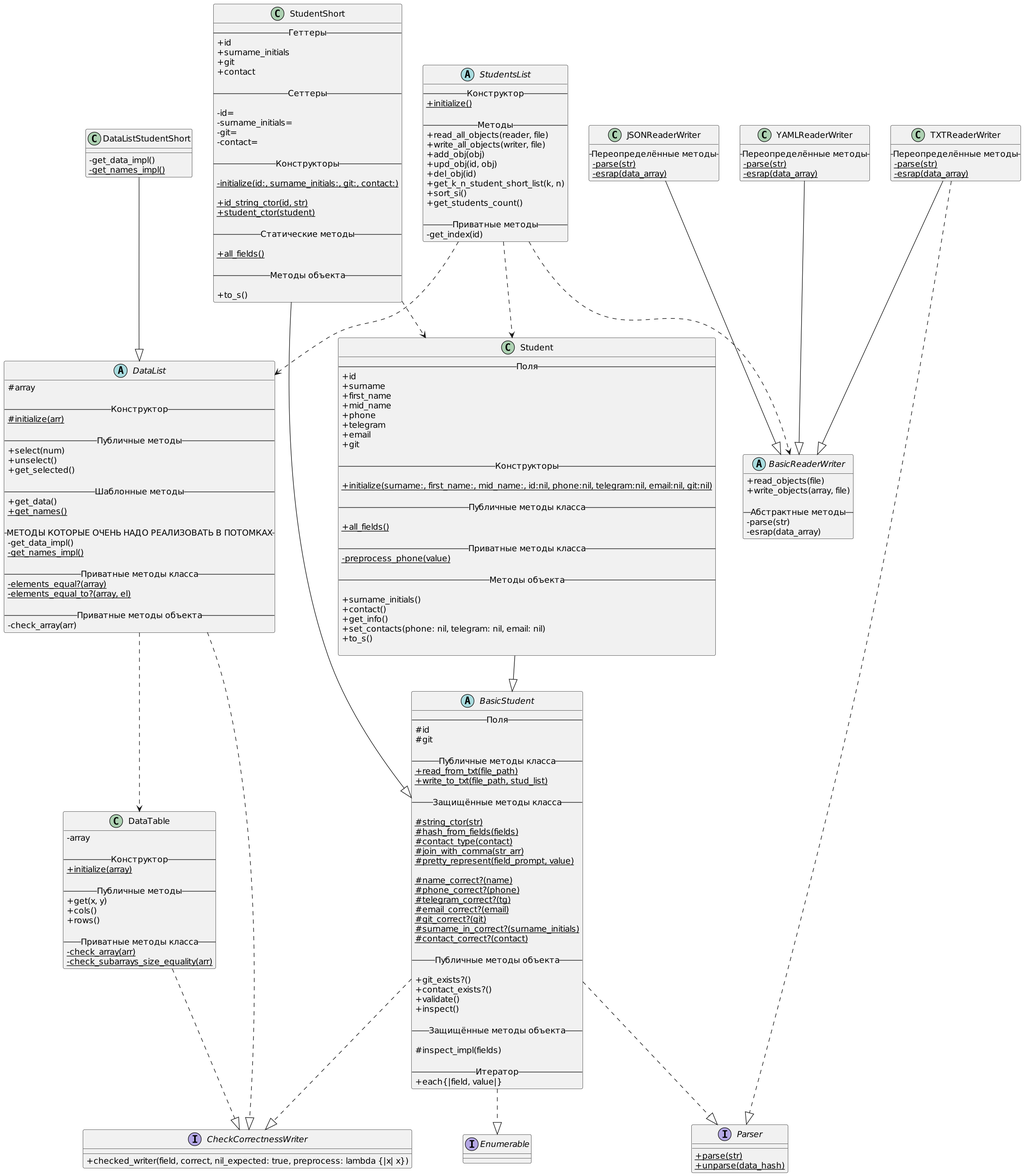
wintttr/OOP keeps this PlantUML diagram as LR2/uml/uml.png. Above is the earlier version.
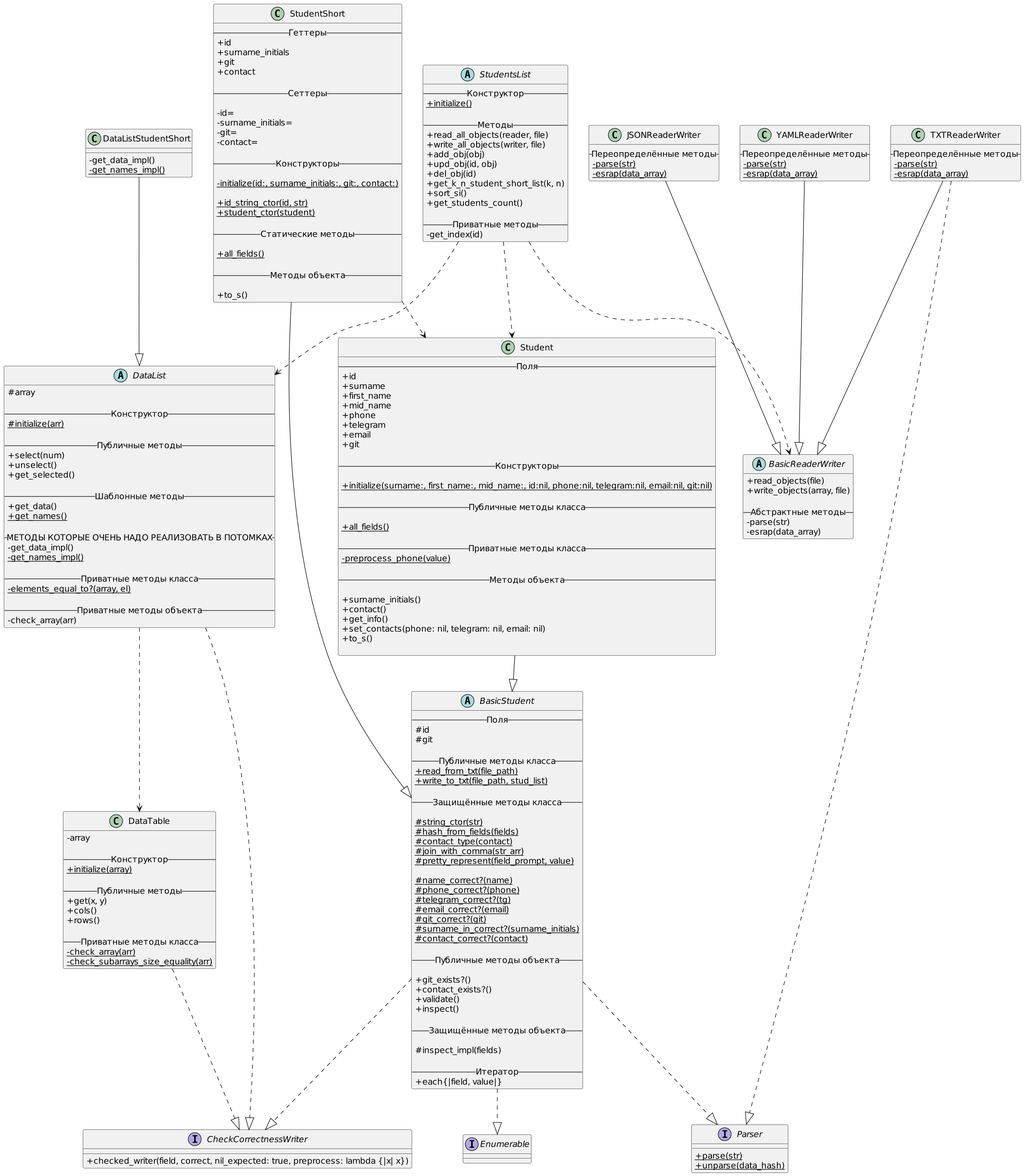
The same diagram one commit later.

Commit message:
Небольшое обновление диаграммы

Change to the diagram source:
```diff
@@ -140,7 +140,6 @@
 	{static} - get_names_impl()
 
 	-- Приватные методы класса --
-	{static} - elements_equal?(array)
 	{static} - elements_equal_to?(array, el)
 
 	-- Приватные методы объекта --
```
